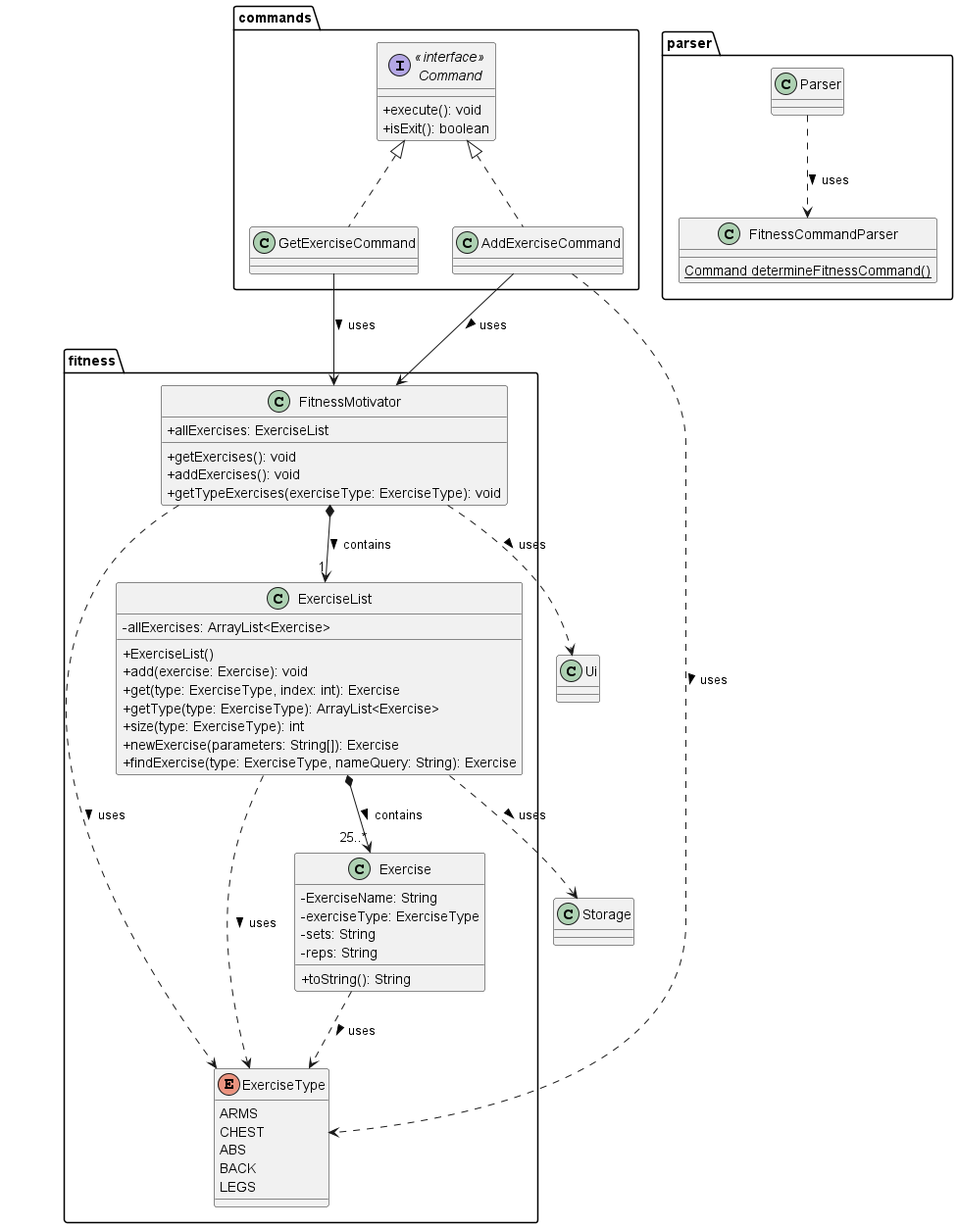
Before: docs/diagrams/fitness/FitnessClassDiagram.png, a diagram exported from PlantUML (nus-cs2113-AY2324S2/tp).
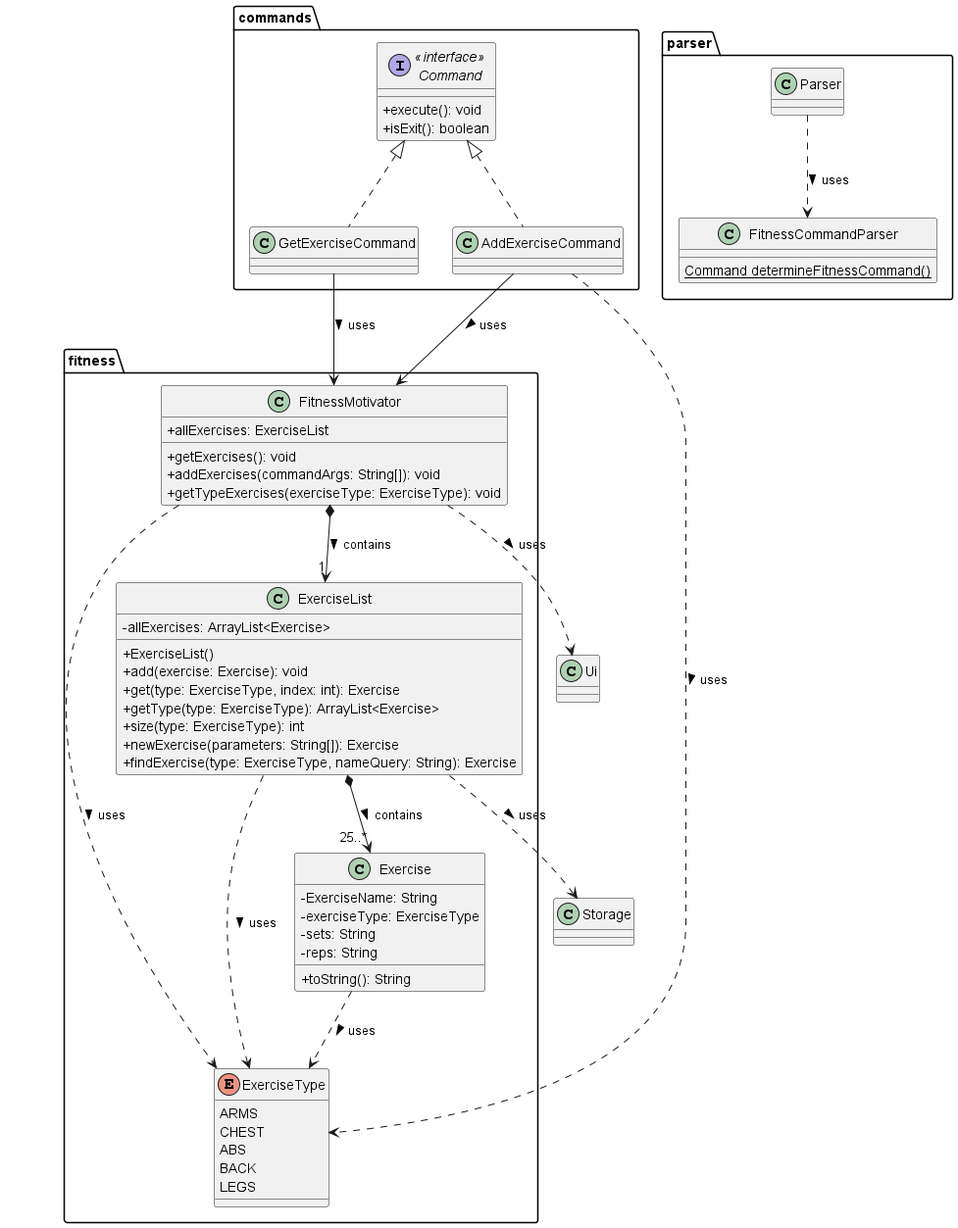
Above is the later version.

Commit message:
Add class and sequence diagram to developer guide for fitness motivator

Diff of the diagram source:
```diff
@@ -28,7 +28,7 @@
     class FitnessMotivator {
         + allExercises: ExerciseList
         + getExercises(): void
-        + addExercises(): void
+        + addExercises(commandArgs: String[]): void
         + getTypeExercises(exerciseType: ExerciseType): void
     }
 
```
